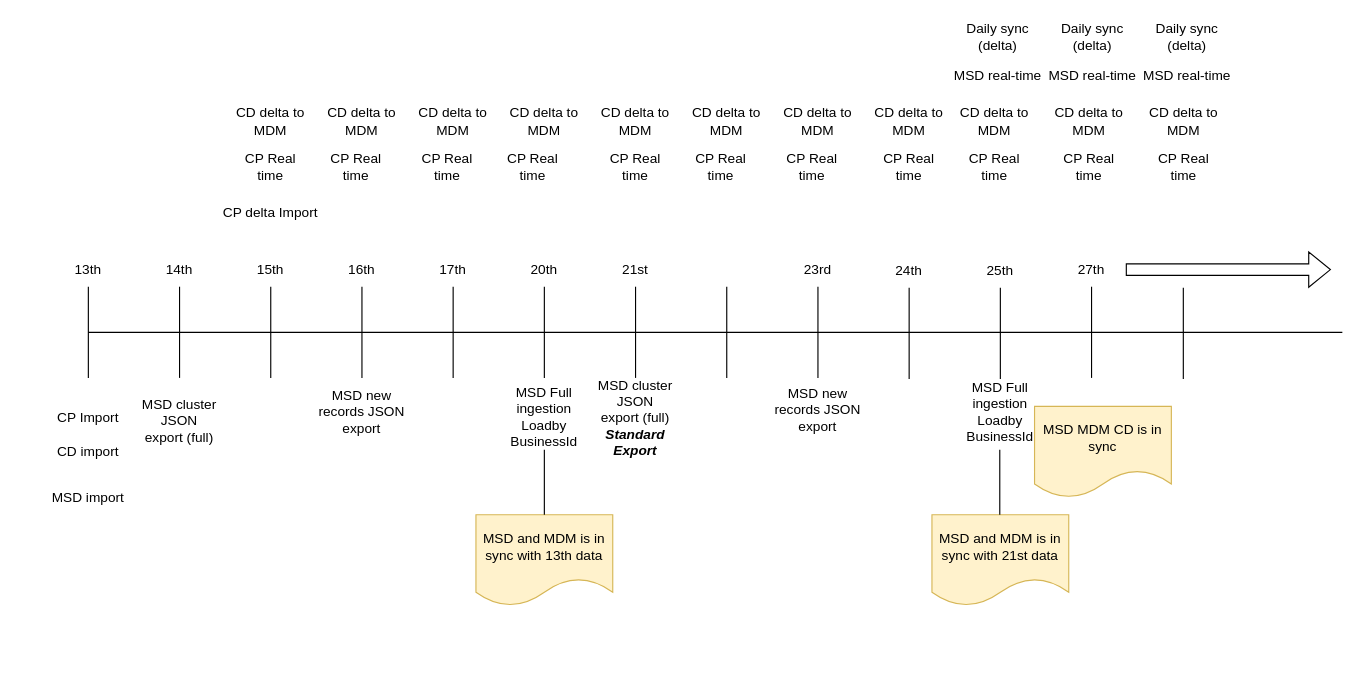
Earlier version of the draw.io diagram page "Page-14" (14 of 14) of TME-3.drawio (biswarup81/drawings). Source tidied: cells renumbered, new cells numbered last; positions are measured from the earlier drawing's top-left corner, leaving out a move shared by most shapes. Both pictures are drawn from the tidied source at 114%, with x=0, y=0 at pixel (19, 19).
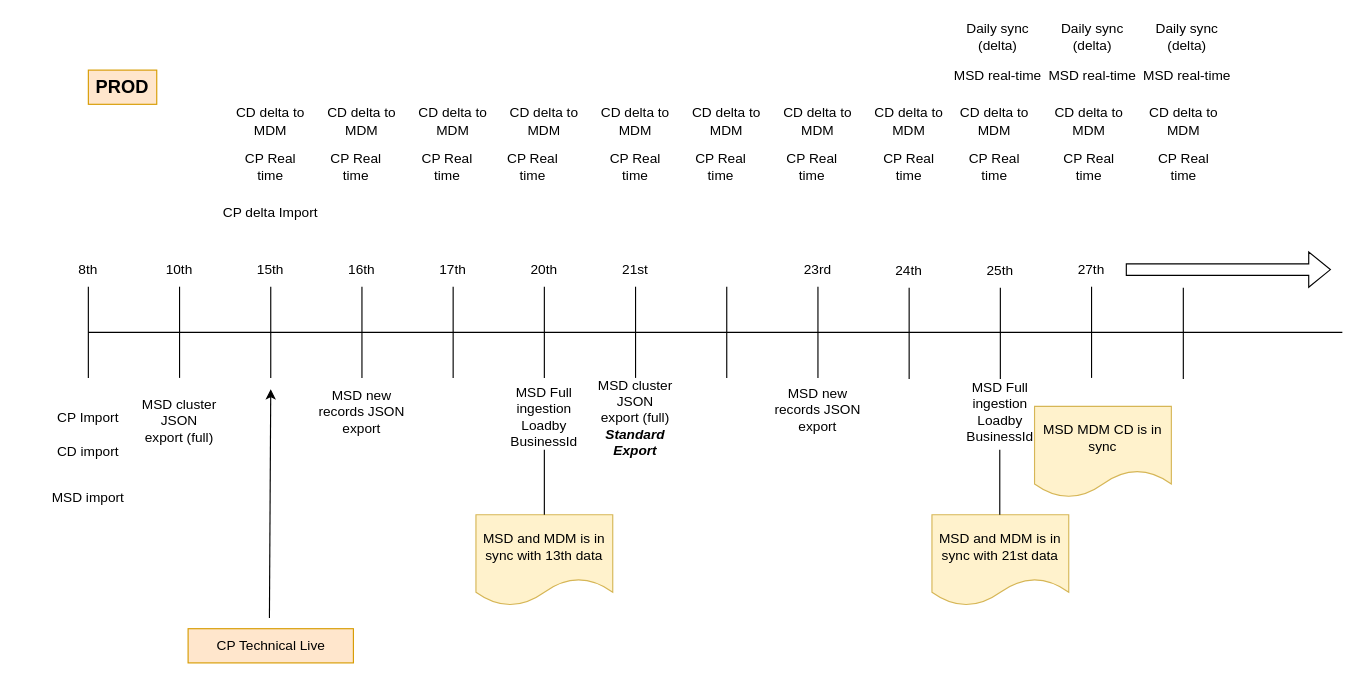
The same page after the edit.

The edit, as a diff of the source:
```diff
@@
-    <mxCell id="14" value="13th" style="text;html=1;align=center;verticalAlign=middle;whiteSpace=wrap;rounded=0;" parent="1" vertex="1">
+    <mxCell id="14" value="8th" style="text;html=1;align=center;verticalAlign=middle;whiteSpace=wrap;rounded=0;" parent="1" vertex="1">
       <mxGeometry x="30" y="204" width="60" height="30" as="geometry" />
     </mxCell>
@@
-    <mxCell id="17" value="14th" style="text;html=1;align=center;verticalAlign=middle;whiteSpace=wrap;rounded=0;" parent="1" vertex="1">
+    <mxCell id="17" value="10th" style="text;html=1;align=center;verticalAlign=middle;whiteSpace=wrap;rounded=0;" parent="1" vertex="1">
       <mxGeometry x="110" y="204" width="60" height="30" as="geometry" />
     </mxCell>
@@
+    <mxCell id="71" value="PROD" style="text;html=1;align=center;verticalAlign=middle;whiteSpace=wrap;rounded=0;fontSize=16;fontStyle=1;fillColor=#ffe6cc;strokeColor=#d79b00;" parent="1" vertex="1">
+      <mxGeometry x="60" y="44" width="60" height="30" as="geometry" />
+    </mxCell>
+    <mxCell id="72" value="CP Technical Live" style="text;html=1;align=center;verticalAlign=middle;whiteSpace=wrap;rounded=0;fillColor=#ffe6cc;strokeColor=#d79b00;" parent="1" vertex="1">
+      <mxGeometry x="147.5" y="534" width="145" height="30" as="geometry" />
+    </mxCell>
+    <mxCell id="73" style="endArrow=classic;html=1;rounded=0;exitX=0.492;exitY=-0.313;exitDx=0;exitDy=0;exitPerimeter=0;" parent="1" edge="1" source="72">
+      <mxGeometry relative="1" as="geometry">
+        <mxPoint x="220" y="324" as="targetPoint" />
+      </mxGeometry>
+    </mxCell>
```
